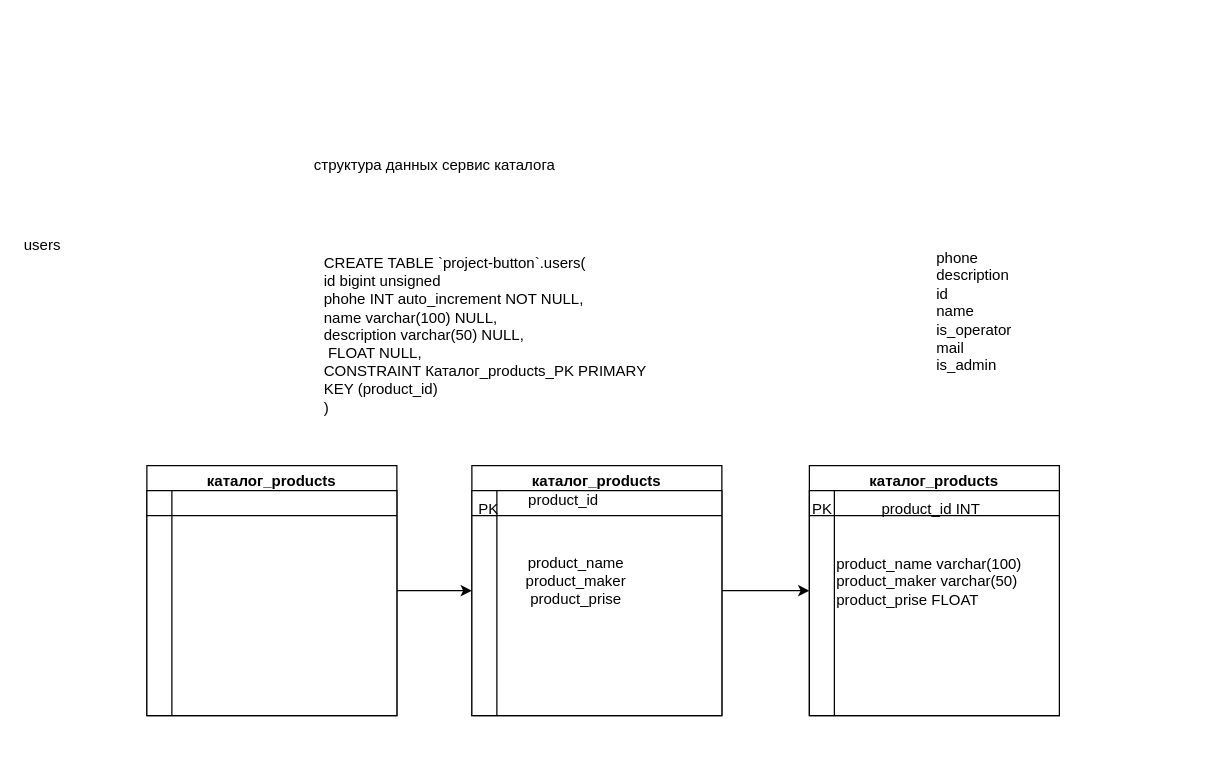
emauter/GB_mysql keeps this draw.io diagram as page "Страница 1" (1 of 2) of Диаграмма структура данных сервис каталога.drawio. Above is the earlier version. Source tidied: cells renumbered, new cells numbered last; positions are measured from the earlier drawing's top-left corner, leaving out a move shared by most shapes. Both pictures are drawn from the tidied source at 125%, with x=0, y=0 at pixel (21, 146).
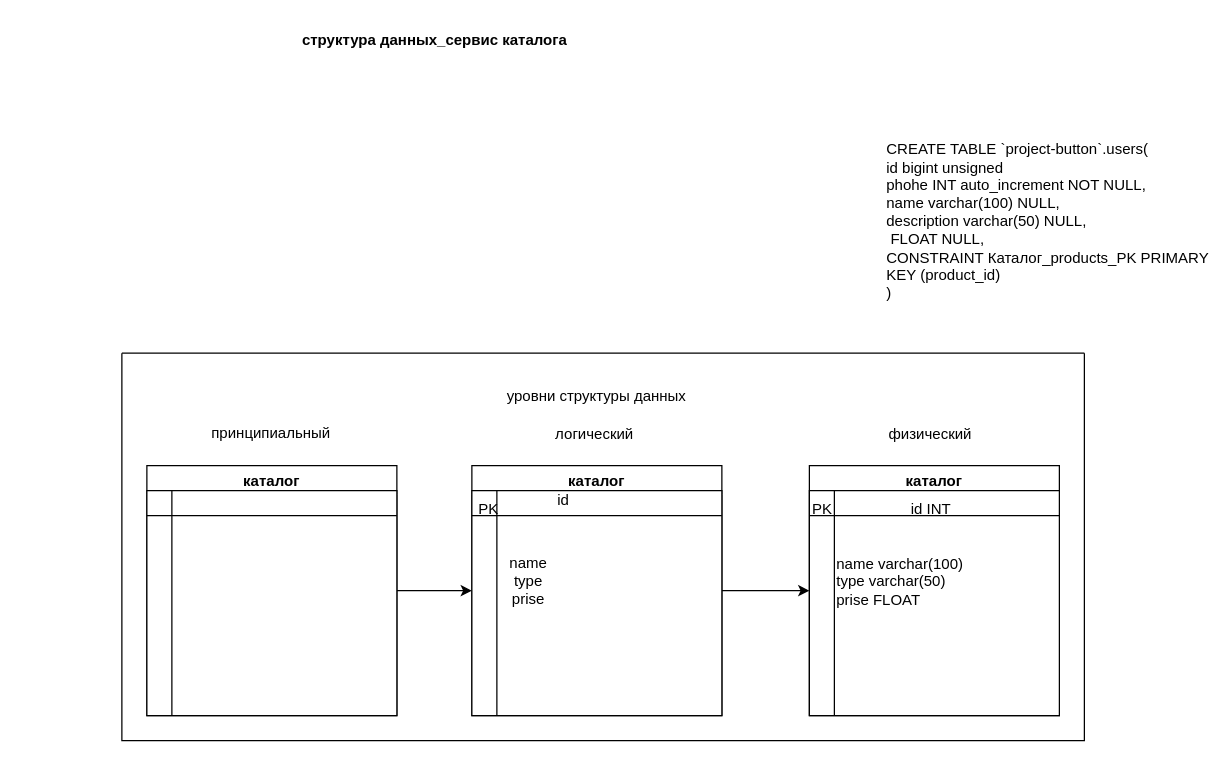
Above is the later version.

What changed in the source:
```diff
@@
-    <mxCell id="2" value="&lt;br&gt;&lt;div&gt;CREATE TABLE `project-button`.users(&lt;/div&gt;&lt;div&gt;&lt;span style=&quot;&quot;&gt;&lt;/span&gt;id bigint unsigned&lt;/div&gt;&lt;div&gt;phohe INT auto_increment NOT NULL,&lt;/div&gt;&lt;div&gt;name varchar(100) NULL,&lt;/div&gt;&lt;div&gt;description varchar(50) NULL,&lt;/div&gt;&lt;div&gt;&amp;nbsp;FLOAT NULL,&lt;/div&gt;&lt;div&gt;&lt;span style=&quot;&quot;&gt; &lt;/span&gt;CONSTRAINT Каталог_products_PK PRIMARY KEY (product_id)&lt;/div&gt;)" style="text;whiteSpace=wrap;html=1;" parent="1" vertex="1">
-      <mxGeometry x="240" y="65" width="260" height="150" as="geometry" />
+    <mxCell id="2" value="&lt;br&gt;&lt;div&gt;&lt;br&gt;&lt;/div&gt;&lt;div&gt;&lt;br&gt;&lt;/div&gt;&lt;div&gt;CREATE TABLE `project-button`.users(&lt;/div&gt;&lt;div&gt;&lt;span style=&quot;&quot;&gt;&lt;/span&gt;id bigint unsigned&lt;/div&gt;&lt;div&gt;phohe INT auto_increment NOT NULL,&lt;/div&gt;&lt;div&gt;name varchar(100) NULL,&lt;/div&gt;&lt;div&gt;description varchar(50) NULL,&lt;/div&gt;&lt;div&gt;&amp;nbsp;FLOAT NULL,&lt;/div&gt;&lt;div&gt;&lt;span style=&quot;&quot;&gt; &lt;/span&gt;CONSTRAINT Каталог_products_PK PRIMARY KEY (product_id)&lt;/div&gt;)" style="text;whiteSpace=wrap;html=1;" parent="1" vertex="1">
+      <mxGeometry x="690" y="-55" width="260" height="150" as="geometry" />
     </mxCell>
@@
-    <mxCell id="5" value="каталог_products" style="swimlane;" parent="1" vertex="1">
+    <mxCell id="5" value="каталог" style="swimlane;" parent="1" vertex="1">
       <mxGeometry x="360" y="255" width="200" height="200" as="geometry" />
     </mxCell>
@@
-    <mxCell id="8" value="&lt;br&gt;product_id" style="text;html=1;align=center;verticalAlign=middle;strokeColor=none;fillColor=none;" parent="5" vertex="1">
-      <mxGeometry x="33" width="80" height="40" as="geometry" />
+    <mxCell id="8" value="&lt;br&gt;id" style="text;html=1;align=center;verticalAlign=middle;strokeColor=none;fillColor=none;" parent="5" vertex="1">
+      <mxGeometry x="58" width="30" height="40" as="geometry" />
     </mxCell>
-    <mxCell id="9" value="&lt;br style=&quot;text-align: left;&quot;&gt;&lt;span style=&quot;text-align: left;&quot;&gt;product_name&lt;/span&gt;&lt;br style=&quot;text-align: left;&quot;&gt;&lt;span style=&quot;text-align: left;&quot;&gt;product_maker&lt;br&gt;product_prise&lt;br&gt;&lt;/span&gt;" style="text;html=1;align=center;verticalAlign=middle;strokeColor=none;fillColor=none;" parent="5" vertex="1">
-      <mxGeometry x="33" y="50" width="100" height="70" as="geometry" />
-    </mxCell>
-    <mxCell id="10" value="каталог_products" style="swimlane;" parent="1" vertex="1">
+    <mxCell id="10" value="каталог" style="swimlane;" parent="1" vertex="1">
       <mxGeometry x="100" y="255" width="200" height="200" as="geometry" />
     </mxCell>
@@
-    <mxCell id="12" value="каталог_products" style="swimlane;" parent="1" vertex="1">
+    <mxCell id="12" value="каталог" style="swimlane;" parent="1" vertex="1">
       <mxGeometry x="630" y="255" width="200" height="200" as="geometry" />
     </mxCell>
@@
-    <mxCell id="14" value="product_name varchar(100)&lt;br&gt;product_maker varchar(50)&amp;nbsp;&lt;br&gt;product_prise FLOAT&amp;nbsp;" style="text;whiteSpace=wrap;html=1;" parent="12" vertex="1">
+    <mxCell id="14" value="name varchar(100)&lt;br&gt;type varchar(50)&amp;nbsp;&lt;br&gt;prise FLOAT&amp;nbsp;" style="text;whiteSpace=wrap;html=1;" parent="12" vertex="1">
       <mxGeometry x="20" y="65" width="180" height="70" as="geometry" />
     </mxCell>
-    <mxCell id="15" value="product_id INT" style="text;html=1;align=center;verticalAlign=middle;strokeColor=none;fillColor=none;" parent="12" vertex="1">
-      <mxGeometry x="47" y="20" width="100" height="30" as="geometry" />
+    <mxCell id="15" value="id INT" style="text;html=1;align=center;verticalAlign=middle;strokeColor=none;fillColor=none;" parent="12" vertex="1">
+      <mxGeometry x="67" y="20" width="60" height="30" as="geometry" />
     </mxCell>
@@
-    <mxCell id="17" value="структура данных сервис каталога" style="text;html=1;align=center;verticalAlign=middle;strokeColor=none;fillColor=none;" parent="1" vertex="1">
-      <mxGeometry x="220" width="220" height="30" as="geometry" />
+    <mxCell id="17" value="структура данных_сервис каталога" style="text;html=1;align=center;verticalAlign=middle;strokeColor=none;fillColor=none;fontStyle=1;" parent="1" vertex="1">
+      <mxGeometry x="210" y="-100" width="240" height="30" as="geometry" />
     </mxCell>
-    <mxCell id="18" value="phone&#10;description&#10;id&#10;name&#10;is_operator&#10;mail&#10;is_admin" style="text;whiteSpace=wrap;html=1;" parent="1" vertex="1">
-      <mxGeometry x="730" y="75" width="90" height="120" as="geometry" />
-    </mxCell>
+    <mxCell id="20" style="swimlane;startSize=0;" parent="1" vertex="1">
+      <mxGeometry x="80" y="165" width="770" height="310" as="geometry" />
+    </mxCell>
+    <mxCell id="9" value="&lt;br style=&quot;text-align: left;&quot;&gt;&lt;span style=&quot;text-align: left;&quot;&gt;name&lt;/span&gt;&lt;br style=&quot;text-align: left;&quot;&gt;&lt;span style=&quot;text-align: left;&quot;&gt;type&lt;br&gt;prise&lt;br&gt;&lt;/span&gt;" style="text;html=1;align=center;verticalAlign=middle;strokeColor=none;fillColor=none;" parent="20" vertex="1">
+      <mxGeometry x="300" y="140" width="50" height="70" as="geometry" />
+    </mxCell>
+    <mxCell id="21" value="уровни структуры данных" style="text;html=1;strokeColor=none;fillColor=none;align=center;verticalAlign=middle;whiteSpace=wrap;rounded=0;" parent="20" vertex="1">
+      <mxGeometry x="280" y="20" width="200" height="30" as="geometry" />
+    </mxCell>
-    <mxCell id="19" value="users" style="text;whiteSpace=wrap;html=1;" parent="1" vertex="1">
-      <mxGeometry y="65" width="80" height="40" as="geometry" />
+    <mxCell id="19" value="принципиальный" style="text;whiteSpace=wrap;html=1;" parent="20" vertex="1">
+      <mxGeometry x="70" y="50" width="80" height="40" as="geometry" />
     </mxCell>
+    <mxCell id="22" value="логический&amp;nbsp;" style="text;html=1;strokeColor=none;fillColor=none;align=center;verticalAlign=middle;whiteSpace=wrap;rounded=0;" parent="20" vertex="1">
+      <mxGeometry x="350" y="50" width="60" height="30" as="geometry" />
+    </mxCell>
+    <mxCell id="23" value="физический" style="text;html=1;strokeColor=none;fillColor=none;align=center;verticalAlign=middle;whiteSpace=wrap;rounded=0;" parent="20" vertex="1">
+      <mxGeometry x="607" y="50" width="80" height="30" as="geometry" />
+    </mxCell>
```
